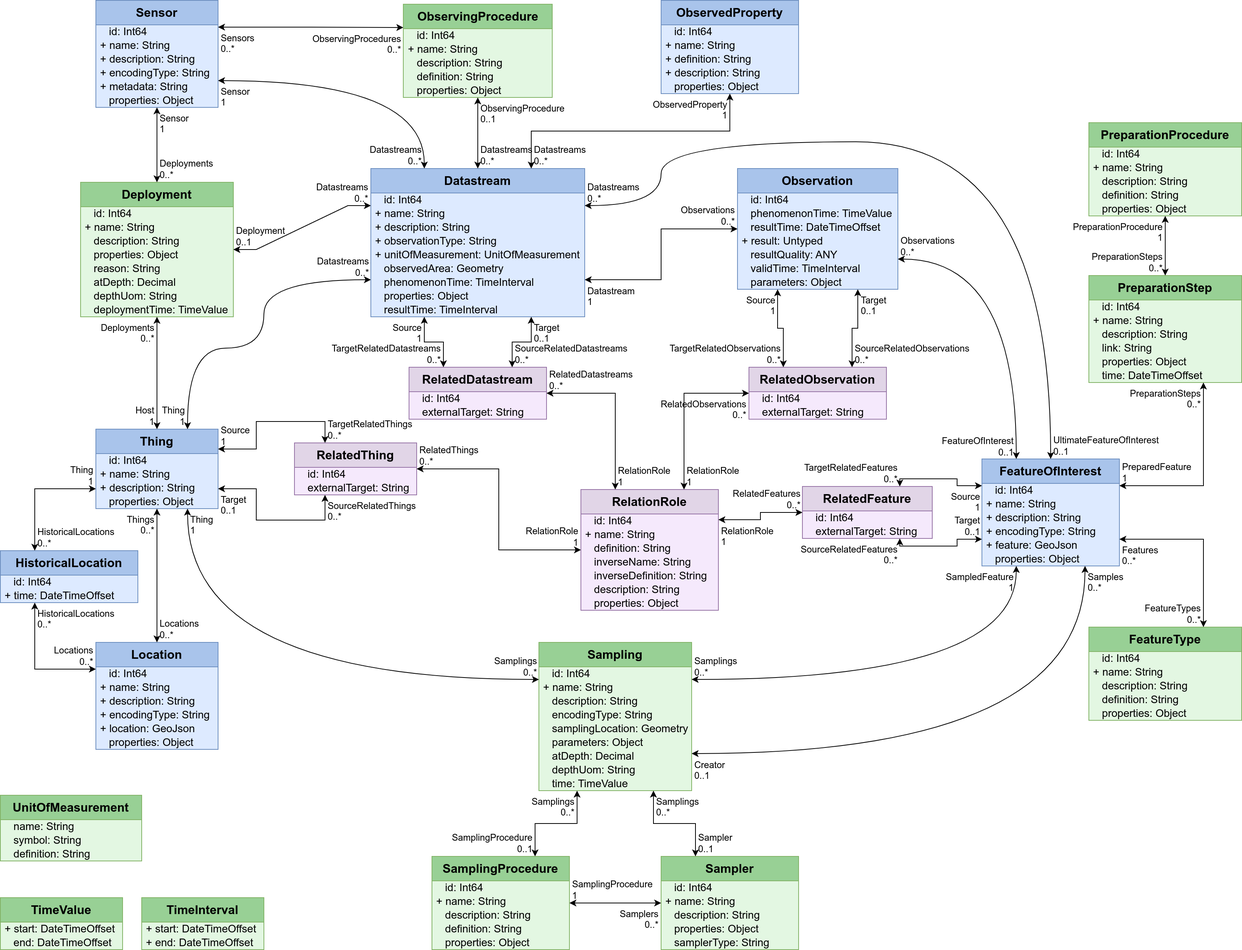
The draw.io diagram Datamodel-SensorThingsApi-WaterQualityIE-implemented.drawio.png in hylkevds/FROST-Server.Plugin.WaterQualityIE, before a commit. Source tidied: cells renumbered, new cells last; positions are measured from the earlier drawing's top-left corner, leaving out a move shared by most shapes.
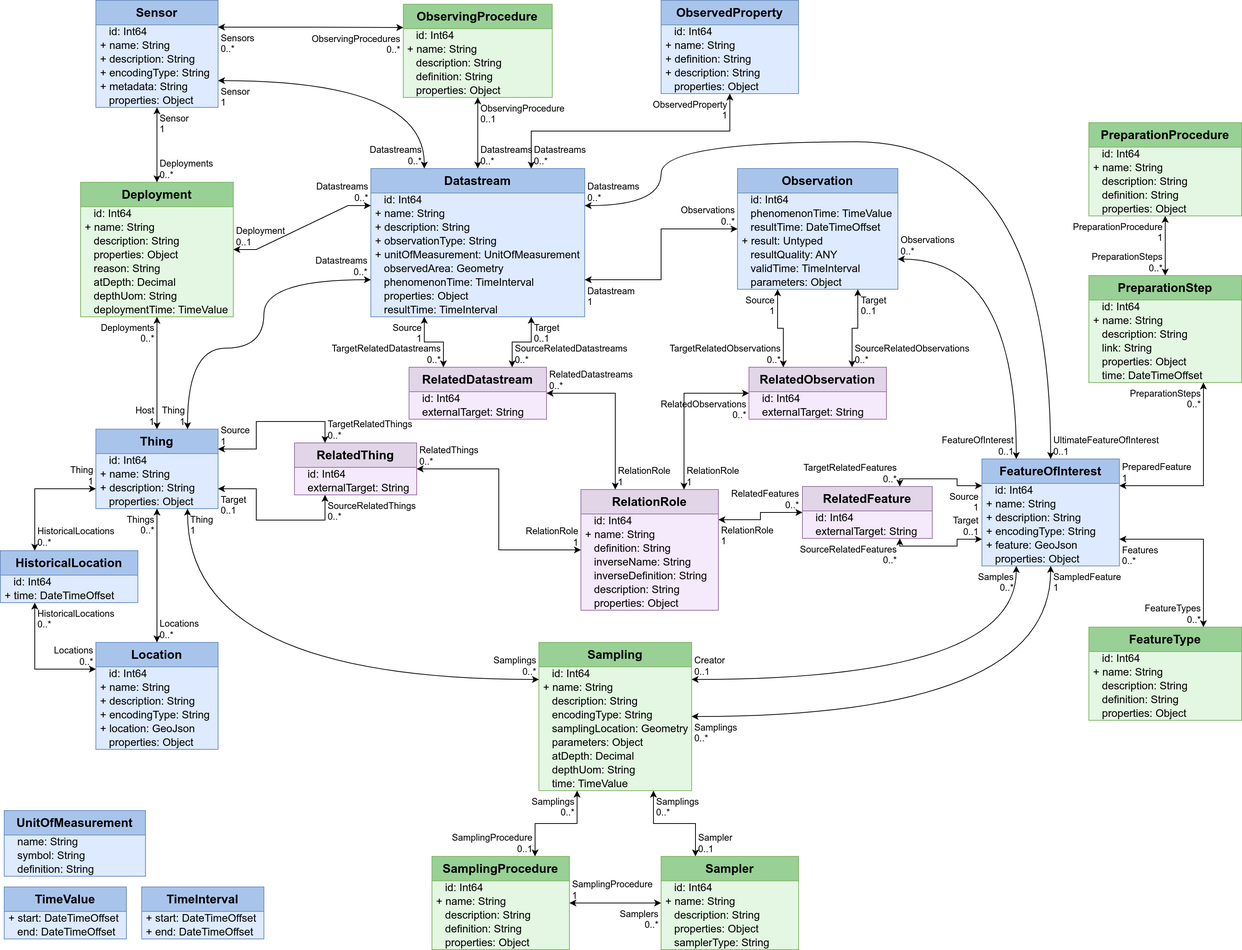
The same diagram one commit later.

What changed in the source:
```diff
@@ -512,13 +512,13 @@
     <mxCell id="169" value="&amp;nbsp;&amp;nbsp;&amp;nbsp;time: TimeValue" style="text;strokeColor=none;fillColor=none;align=left;verticalAlign=middle;spacingLeft=4;spacingRight=4;overflow=visible;html=1;fontSize=14;" parent="160" vertex="1">
       <mxGeometry y="176" width="200" height="18" as="geometry" />
     </mxCell>
-    <mxCell id="170" style="endArrow=classic;startArrow=classic;html=1;rounded=0;entryX=0.25;entryY=1;entryDx=0;entryDy=0;edgeStyle=orthogonalEdgeStyle;exitX=1;exitY=0.25;exitDx=0;exitDy=0;curved=1;" parent="1" edge="1" source="160" target="21">
+    <mxCell id="170" style="endArrow=classic;startArrow=classic;html=1;rounded=0;entryX=0.5;entryY=1;entryDx=0;entryDy=0;edgeStyle=orthogonalEdgeStyle;exitX=1;exitY=0.5;exitDx=0;exitDy=0;curved=1;" parent="1" edge="1" source="160" target="21">
       <mxGeometry relative="1" as="geometry" />
     </mxCell>
-    <mxCell id="171" value="Samplings&lt;br&gt;0..*" style="edgeLabel;html=1;align=left;verticalAlign=bottom;labelBackgroundColor=none;fontSize=12;spacingLeft=1;spacing=3;spacingRight=2;" parent="170" vertex="1">
+    <mxCell id="171" value="Samplings&lt;br&gt;0..*" style="edgeLabel;html=1;align=left;verticalAlign=top;labelBackgroundColor=none;fontSize=12;spacingLeft=1;spacing=3;spacingRight=2;" parent="170" vertex="1">
       <mxGeometry x="-1" relative="1" as="geometry" />
     </mxCell>
-    <mxCell id="172" value="SampledFeature&lt;br&gt;1" style="edgeLabel;html=1;align=right;verticalAlign=top;labelBackgroundColor=none;fontSize=12;spacingLeft=1;spacing=3;spacingRight=2;" parent="170" vertex="1">
+    <mxCell id="172" value="SampledFeature&lt;br&gt;1" style="edgeLabel;html=1;align=left;verticalAlign=top;labelBackgroundColor=none;fontSize=12;spacingLeft=1;spacing=3;spacingRight=2;" parent="170" vertex="1">
       <mxGeometry x="1" relative="1" as="geometry" />
     </mxCell>
     <mxCell id="173" style="endArrow=classic;startArrow=classic;html=1;rounded=0;edgeStyle=orthogonalEdgeStyle;exitX=0.75;exitY=1;exitDx=0;exitDy=0;entryX=0.25;entryY=0;entryDx=0;entryDy=0;" parent="1" edge="1" source="160" target="154">
@@ -530,13 +530,13 @@
     <mxCell id="175" value="Sampler&lt;br&gt;0..1" style="edgeLabel;html=1;align=left;verticalAlign=bottom;labelBackgroundColor=none;fontSize=12;spacingLeft=1;spacing=3;spacingRight=2;" parent="173" vertex="1">
       <mxGeometry x="1" relative="1" as="geometry" />
     </mxCell>
-    <mxCell id="176" style="endArrow=classic;startArrow=classic;html=1;rounded=0;entryX=0.75;entryY=1;entryDx=0;entryDy=0;edgeStyle=orthogonalEdgeStyle;exitX=1;exitY=0.75;exitDx=0;exitDy=0;curved=1;" parent="1" edge="1" source="160" target="21">
+    <mxCell id="176" style="endArrow=classic;startArrow=classic;html=1;rounded=0;entryX=0.25;entryY=1;entryDx=0;entryDy=0;edgeStyle=orthogonalEdgeStyle;exitX=1;exitY=0.25;exitDx=0;exitDy=0;curved=1;" parent="1" edge="1" source="160" target="21">
       <mxGeometry relative="1" as="geometry" />
     </mxCell>
-    <mxCell id="177" value="Creator&lt;br&gt;0..1" style="edgeLabel;html=1;align=left;verticalAlign=top;labelBackgroundColor=none;fontSize=12;spacingLeft=1;spacing=3;spacingRight=2;" parent="176" vertex="1">
+    <mxCell id="177" value="Creator&lt;br&gt;0..1" style="edgeLabel;html=1;align=left;verticalAlign=bottom;labelBackgroundColor=none;fontSize=12;spacingLeft=1;spacing=3;spacingRight=2;" parent="176" vertex="1">
       <mxGeometry x="-1" relative="1" as="geometry" />
     </mxCell>
-    <mxCell id="178" value="Samples&lt;br&gt;0..*" style="edgeLabel;html=1;align=left;verticalAlign=top;labelBackgroundColor=none;fontSize=12;spacingLeft=1;spacing=3;spacingRight=2;" parent="176" vertex="1">
+    <mxCell id="178" value="Samples&lt;br&gt;0..*" style="edgeLabel;html=1;align=right;verticalAlign=top;labelBackgroundColor=none;fontSize=12;spacingLeft=1;spacing=3;spacingRight=2;" parent="176" vertex="1">
       <mxGeometry x="1" relative="1" as="geometry" />
     </mxCell>
     <mxCell id="179" value="SamplingProcedure" style="swimlane;fontStyle=1;horizontal=1;startSize=32;fontSize=16;whiteSpace=wrap;html=1;fillColor=#98D095;strokeColor=#82b366;swimlaneFillColor=#E3F7E2;" parent="1" vertex="1">
@@ -713,8 +713,8 @@
     <mxCell id="232" value="Datastreams&lt;br&gt;0..*" style="edgeLabel;html=1;align=right;verticalAlign=bottom;labelBackgroundColor=none;fontSize=12;spacingLeft=1;spacing=3;spacingRight=2;" parent="230" vertex="1">
       <mxGeometry x="1" relative="1" as="geometry" />
     </mxCell>
-    <mxCell id="233" value="TimeInterval" style="swimlane;fontStyle=1;horizontal=1;startSize=32;fontSize=16;whiteSpace=wrap;html=1;fillColor=#98D095;strokeColor=#82b366;swimlaneFillColor=#E3F7E2;" parent="1" vertex="1">
-      <mxGeometry x="185" y="1174" width="160" height="68" as="geometry" />
+    <mxCell id="233" value="TimeInterval" style="swimlane;fontStyle=1;horizontal=1;startSize=32;fontSize=16;whiteSpace=wrap;html=1;fillColor=#A9C4EB;strokeColor=#6c8ebf;swimlaneFillColor=#DDEAFF;verticalAlign=top;" parent="1" vertex="1">
+      <mxGeometry x="185" y="1160" width="160" height="68" as="geometry" />
     </mxCell>
     <mxCell id="234" value="+ start: DateTimeOffset" style="text;strokeColor=none;fillColor=none;align=left;verticalAlign=middle;spacingLeft=4;spacingRight=4;overflow=visible;html=1;fontSize=14;" parent="233" vertex="1">
       <mxGeometry y="32" width="160" height="18" as="geometry" />
@@ -722,8 +722,8 @@
     <mxCell id="235" value="+ end: DateTimeOffset" style="text;strokeColor=none;fillColor=none;align=left;verticalAlign=middle;spacingLeft=4;spacingRight=4;overflow=visible;html=1;fontSize=14;" parent="233" vertex="1">
       <mxGeometry y="50" width="160" height="18" as="geometry" />
     </mxCell>
-    <mxCell id="236" value="TimeValue" style="swimlane;fontStyle=1;horizontal=1;startSize=32;fontSize=16;whiteSpace=wrap;html=1;fillColor=#98D095;strokeColor=#82b366;swimlaneFillColor=#E3F7E2;" parent="1" vertex="1">
-      <mxGeometry y="1174" width="160" height="68" as="geometry" />
+    <mxCell id="236" value="TimeValue" style="swimlane;fontStyle=1;horizontal=1;startSize=32;fontSize=16;whiteSpace=wrap;html=1;fillColor=#A9C4EB;strokeColor=#6c8ebf;swimlaneFillColor=#DDEAFF;verticalAlign=top;" parent="1" vertex="1">
+      <mxGeometry x="5" y="1160" width="160" height="68" as="geometry" />
     </mxCell>
     <mxCell id="237" value="+ start: DateTimeOffset" style="text;strokeColor=none;fillColor=none;align=left;verticalAlign=middle;spacingLeft=4;spacingRight=4;overflow=visible;html=1;fontSize=14;" parent="236" vertex="1">
       <mxGeometry y="32" width="160" height="18" as="geometry" />
@@ -731,8 +731,8 @@
     <mxCell id="238" value="&amp;nbsp;&amp;nbsp;&amp;nbsp;end: DateTimeOffset" style="text;strokeColor=none;fillColor=none;align=left;verticalAlign=middle;spacingLeft=4;spacingRight=4;overflow=visible;html=1;fontSize=14;" parent="236" vertex="1">
       <mxGeometry y="50" width="160" height="18" as="geometry" />
     </mxCell>
-    <mxCell id="239" value="UnitOfMeasurement" style="swimlane;fontStyle=1;horizontal=1;startSize=32;fontSize=16;whiteSpace=wrap;html=1;fillColor=#98D095;strokeColor=#82b366;swimlaneFillColor=#E3F7E2;" parent="1" vertex="1">
-      <mxGeometry y="1040" width="185" height="86" as="geometry" />
+    <mxCell id="239" value="UnitOfMeasurement" style="swimlane;fontStyle=1;horizontal=1;startSize=32;fontSize=16;whiteSpace=wrap;html=1;fillColor=#A9C4EB;strokeColor=#6c8ebf;swimlaneFillColor=#DDEAFF;verticalAlign=top;" parent="1" vertex="1">
+      <mxGeometry x="5" y="1060" width="185" height="86" as="geometry" />
     </mxCell>
     <mxCell id="240" value="&amp;nbsp;&amp;nbsp;&amp;nbsp;name: String" style="text;strokeColor=none;fillColor=none;align=left;verticalAlign=middle;spacingLeft=4;spacingRight=4;overflow=visible;html=1;fontSize=14;" parent="239" vertex="1">
       <mxGeometry y="32" width="185" height="18" as="geometry" />
```
